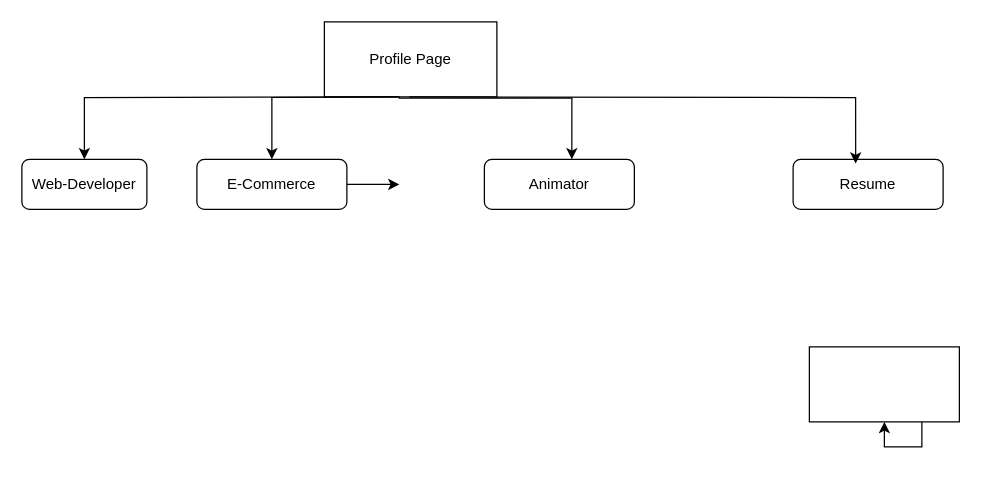
Above: Untitled Diagram.drawio in rafalaidlaw/flowcharts (draw.io), before the change. Source tidied: cells renumbered, new cells numbered last; positions are measured from the earlier drawing's top-left corner, leaving out a move shared by most shapes. Both pictures are drawn from the tidied source at 125%, with x=0, y=0 at pixel (21, 21).
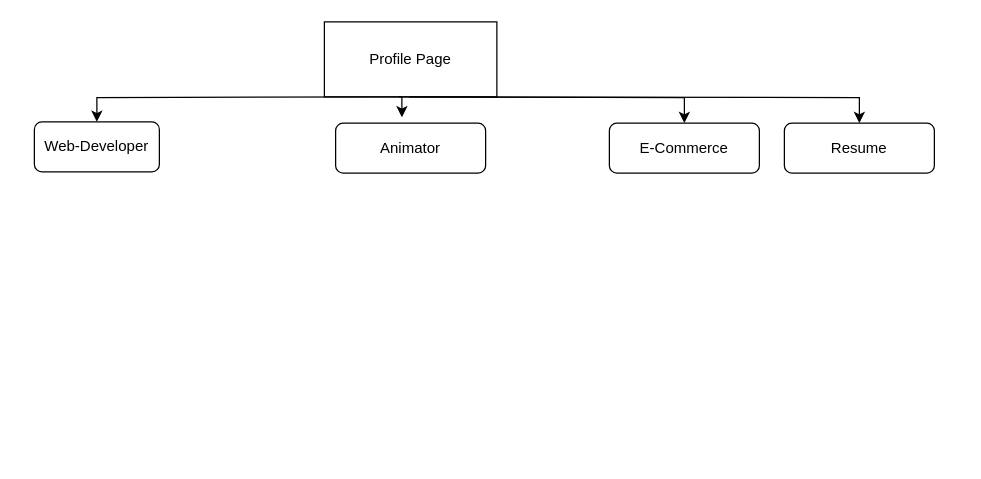
Above is the later version.

The edit, as a diff of the source:
```diff
@@
 <mxGraphModel>
   <root>
     <mxCell id="0" />
     <mxCell id="1" parent="0" />
     <mxCell id="2" value="Profile Page" style="rounded=0;whiteSpace=wrap;html=1;" parent="1" vertex="1">
       <mxGeometry x="242" width="138" height="60" as="geometry" />
     </mxCell>
-    <mxCell id="3" style="endArrow=classic;html=1;rounded=0;edgeStyle=orthogonalEdgeStyle;entryX=0.583;entryY=0;entryDx=0;entryDy=0;entryPerimeter=0;" parent="1" edge="1" target="7">
+    <mxCell id="3" style="endArrow=classic;html=1;rounded=0;entryX=0.442;entryY=-0.117;entryDx=0;entryDy=0;entryPerimeter=0;edgeStyle=orthogonalEdgeStyle;" parent="1" edge="1" target="7">
       <mxGeometry relative="1" as="geometry">
         <mxPoint x="302" y="60" as="sourcePoint" />
-        <Array as="points">
-          <mxPoint x="302" y="61" />
-          <mxPoint x="440" y="61" />
-        </Array>
       </mxGeometry>
     </mxCell>
     <mxCell id="4" style="endArrow=classic;html=1;rounded=0;edgeStyle=orthogonalEdgeStyle;entryX=0.5;entryY=0;entryDx=0;entryDy=0;" parent="1" edge="1" target="6">
       <mxGeometry relative="1" as="geometry">
         <mxPoint x="302" y="60" as="sourcePoint" />
       </mxGeometry>
     </mxCell>
-    <mxCell id="5" style="endArrow=classic;html=1;rounded=0;" parent="1" edge="1" source="9">
-      <mxGeometry relative="1" as="geometry">
-        <mxPoint x="302" y="130" as="targetPoint" />
-      </mxGeometry>
-    </mxCell>
     <mxCell id="6" value="Web-Developer" style="rounded=1;whiteSpace=wrap;html=1;" parent="1" vertex="1">
-      <mxGeometry y="110" width="100" height="40" as="geometry" />
+      <mxGeometry x="10" y="80" width="100" height="40" as="geometry" />
     </mxCell>
     <mxCell id="7" value="Animator" style="rounded=1;whiteSpace=wrap;html=1;" parent="1" vertex="1">
-      <mxGeometry x="370" y="110" width="120" height="40" as="geometry" />
+      <mxGeometry x="251" y="81" width="120" height="40" as="geometry" />
     </mxCell>
-    <mxCell id="8" style="endArrow=classic;html=1;rounded=0;edgeStyle=orthogonalEdgeStyle;" parent="1" edge="1" target="9">
+    <mxCell id="8" style="endArrow=classic;html=1;rounded=0;entryX=0.5;entryY=0;entryDx=0;entryDy=0;edgeStyle=orthogonalEdgeStyle;" parent="1" edge="1" target="9">
       <mxGeometry relative="1" as="geometry">
         <mxPoint x="301.5" y="60" as="sourcePoint" />
       </mxGeometry>
     </mxCell>
     <mxCell id="9" value="E-Commerce" style="rounded=1;whiteSpace=wrap;html=1;" parent="1" vertex="1">
-      <mxGeometry x="140" y="110" width="120" height="40" as="geometry" />
+      <mxGeometry x="470" y="81" width="120" height="40" as="geometry" />
     </mxCell>
     <mxCell id="10" value="Resume" style="rounded=1;whiteSpace=wrap;html=1;" parent="1" vertex="1">
-      <mxGeometry x="617" y="110" width="120" height="40" as="geometry" />
+      <mxGeometry x="610" y="81" width="120" height="40" as="geometry" />
     </mxCell>
-    <mxCell id="11" style="rounded=0;whiteSpace=wrap;html=1;" parent="1" vertex="1">
-      <mxGeometry x="630" y="260" width="120" height="60" as="geometry" />
-    </mxCell>
-    <mxCell id="12" style="edgeStyle=orthogonalEdgeStyle;rounded=0;orthogonalLoop=1;jettySize=auto;html=1;exitX=0.5;exitY=1;exitDx=0;exitDy=0;" parent="1" edge="1" source="11" target="11">
-      <mxGeometry relative="1" as="geometry" />
+    <mxCell id="12" style="edgeStyle=orthogonalEdgeStyle;rounded=0;orthogonalLoop=1;jettySize=auto;html=1;exitX=0.5;exitY=1;exitDx=0;exitDy=0;" parent="1" edge="1">
+      <mxGeometry relative="1" as="geometry">
+        <mxPoint x="690" y="320" as="sourcePoint" />
+        <mxPoint x="690" y="320" as="targetPoint" />
+      </mxGeometry>
     </mxCell>
-    <mxCell id="13" style="edgeStyle=orthogonalEdgeStyle;rounded=0;orthogonalLoop=1;jettySize=auto;html=1;exitX=0.75;exitY=1;exitDx=0;exitDy=0;" parent="1" edge="1" source="11" target="11">
-      <mxGeometry relative="1" as="geometry" />
-    </mxCell>
-    <mxCell id="14" style="endArrow=classic;html=1;rounded=0;entryX=0.417;entryY=0.083;entryDx=0;entryDy=0;entryPerimeter=0;edgeStyle=orthogonalEdgeStyle;" parent="1" edge="1" target="10">
+    <mxCell id="14" style="endArrow=classic;html=1;rounded=0;entryX=0.5;entryY=0;entryDx=0;entryDy=0;edgeStyle=orthogonalEdgeStyle;" parent="1" edge="1" target="10">
       <mxGeometry relative="1" as="geometry">
         <mxPoint x="310" y="60" as="sourcePoint" />
       </mxGeometry>
     </mxCell>
   </root>
 </mxGraphModel>
```
